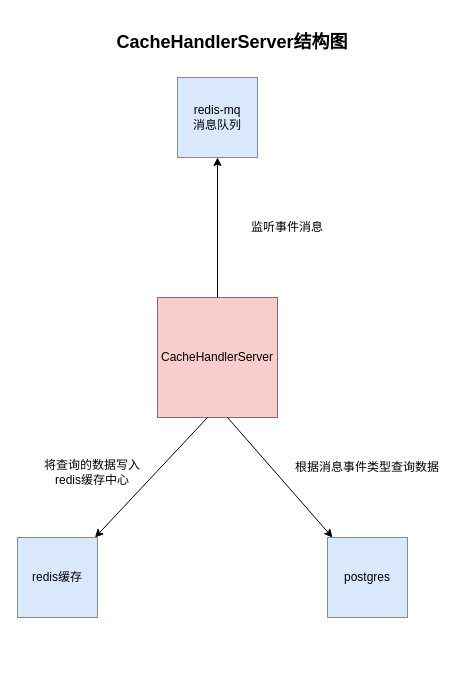
Earlier version of the draw.io diagram page "架构图" (1 of 18) of cachehandlersystem_消息订阅.drawio (DeanYang121/typora_images). Source tidied: cells renumbered, new cells numbered last; positions are measured from the earlier drawing's top-left corner, leaving out a move shared by most shapes. Both pictures are drawn from the tidied source at 100%, with x=0, y=0 at pixel (17, 17).
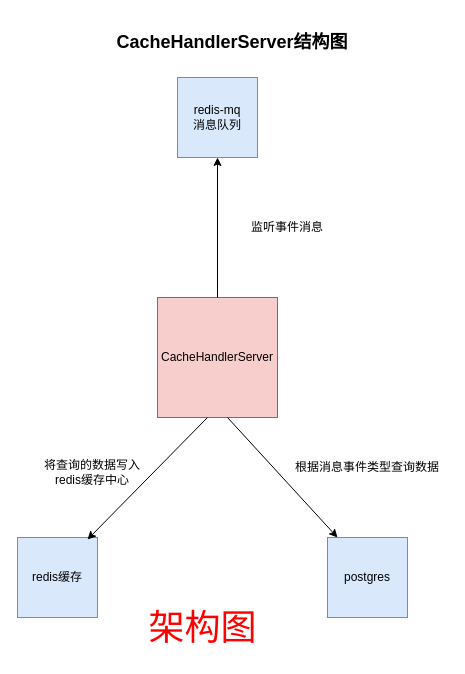
The same page after the edit.

The edit, as a diff of the source:
```diff
@@
 <mxGraphModel>
   <root>
     <mxCell id="0" />
     <mxCell id="1" parent="0" />
     <mxCell id="2" value="&lt;span&gt;redis缓存&lt;/span&gt;" style="whiteSpace=wrap;html=1;fillColor=#dae8fc;strokeColor=#6c8ebf;fontStyle=0;" parent="1" vertex="1">
       <mxGeometry y="520" width="80" height="80" as="geometry" />
     </mxCell>
     <mxCell id="3" value="&lt;span&gt;postgres&lt;/span&gt;" style="whiteSpace=wrap;html=1;fillColor=#dae8fc;strokeColor=#6c8ebf;fontStyle=0;" parent="1" vertex="1">
       <mxGeometry x="310" y="520" width="80" height="80" as="geometry" />
     </mxCell>
     <mxCell id="4" value="&lt;span&gt;redis-mq&lt;br&gt;消息队列&lt;/span&gt;" style="whiteSpace=wrap;html=1;fillColor=#dae8fc;strokeColor=#6c8ebf;fontStyle=0;" parent="1" vertex="1">
       <mxGeometry x="160" y="60" width="80" height="80" as="geometry" />
     </mxCell>
     <mxCell id="5" value="&lt;span&gt;CacheHandlerServer&lt;/span&gt;" style="whiteSpace=wrap;html=1;fillColor=#f8cecc;strokeColor=#b85450;fontStyle=0;" parent="1" vertex="1">
       <mxGeometry x="140" y="280" width="120" height="120" as="geometry" />
     </mxCell>
-    <mxCell id="6" style="endArrow=classic;html=1;rounded=0;exitX=0.5;exitY=0;exitDx=0;exitDy=0;exitPerimeter=0;fontStyle=0;" parent="1" edge="1" source="5" target="4">
-      <mxGeometry relative="1" as="geometry" />
+    <mxCell id="6" style="endArrow=classic;html=1;rounded=0;exitX=0.5;exitY=0;exitDx=0;exitDy=0;exitPerimeter=0;fontStyle=0;" parent="1" edge="1" source="5">
+      <mxGeometry relative="1" as="geometry">
+        <mxPoint x="200" y="140" as="targetPoint" />
+      </mxGeometry>
     </mxCell>
     <mxCell id="7" value="监听事件消息" style="text;html=1;strokeColor=none;fillColor=none;align=center;verticalAlign=middle;whiteSpace=wrap;rounded=0;fontStyle=0;" parent="1" vertex="1">
       <mxGeometry x="200" y="190" width="140" height="40" as="geometry" />
     </mxCell>
-    <mxCell id="8" style="endArrow=classic;html=1;rounded=0;fontStyle=0;" parent="1" edge="1" target="3">
+    <mxCell id="8" style="endArrow=classic;html=1;rounded=0;fontStyle=0;" parent="1" edge="1">
       <mxGeometry relative="1" as="geometry">
         <mxPoint x="210" y="400" as="sourcePoint" />
+        <mxPoint x="320" y="520" as="targetPoint" />
       </mxGeometry>
     </mxCell>
     <mxCell id="9" value="根据消息事件类型查询数据" style="text;html=1;strokeColor=none;fillColor=none;align=center;verticalAlign=middle;whiteSpace=wrap;rounded=0;fontStyle=0;" parent="1" vertex="1">
       <mxGeometry x="270" y="430" width="160" height="40" as="geometry" />
     </mxCell>
-    <mxCell id="10" style="endArrow=classic;html=1;rounded=0;fontStyle=0;" parent="1" edge="1" target="2">
+    <mxCell id="10" style="endArrow=classic;html=1;rounded=0;fontStyle=0;entryX=0.875;entryY=0.025;entryDx=0;entryDy=0;entryPerimeter=0;" parent="1" edge="1" target="2">
       <mxGeometry relative="1" as="geometry">
         <mxPoint x="190" y="400" as="sourcePoint" />
       </mxGeometry>
     </mxCell>
     <mxCell id="11" value="将查询的数据写入redis缓存中心" style="text;html=1;strokeColor=none;fillColor=none;align=center;verticalAlign=middle;whiteSpace=wrap;rounded=0;fontStyle=0;" parent="1" vertex="1">
       <mxGeometry x="20" y="440" width="110" height="30" as="geometry" />
     </mxCell>
     <mxCell id="12" value="&lt;b&gt;&lt;font style=&quot;font-size: 18px;&quot;&gt;CacheHandlerServer结构图&lt;/font&gt;&lt;/b&gt;" style="text;html=1;strokeColor=none;fillColor=none;align=center;verticalAlign=middle;whiteSpace=wrap;rounded=0;" parent="1" vertex="1">
       <mxGeometry x="80" width="270" height="50" as="geometry" />
     </mxCell>
+    <mxCell id="13" value="&lt;font style=&quot;font-size: 36px;&quot;&gt;架构图&lt;/font&gt;" style="text;html=1;align=center;verticalAlign=middle;strokeColor=none;fillColor=none;fontColor=#FF0000;" parent="1" vertex="1">
+      <mxGeometry x="120" y="580" width="130" height="60" as="geometry" />
+    </mxCell>
   </root>
 </mxGraphModel>
```
